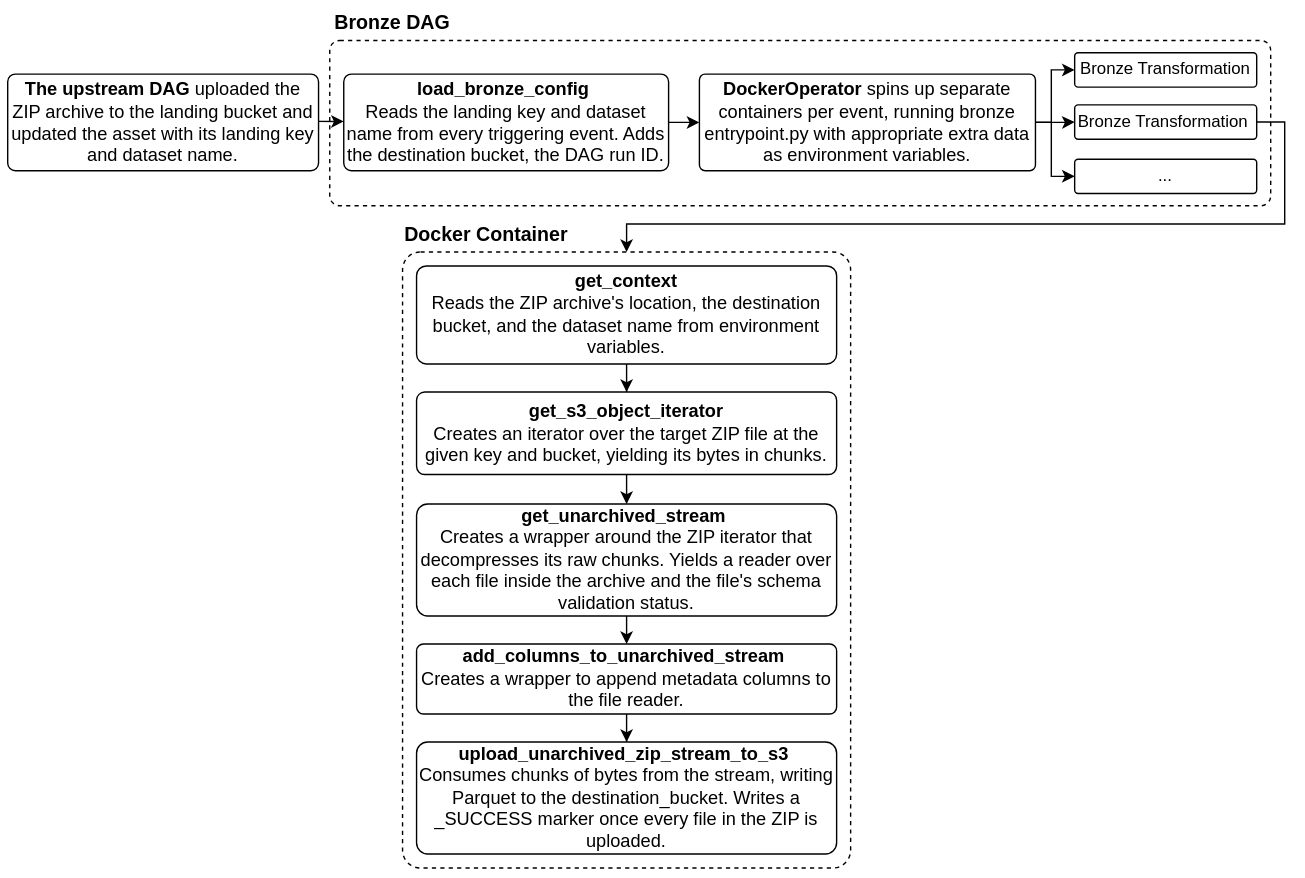
This is docs/images/bronze-architecture.svg from IliaTimchuk/ZIP-Data-Pipeline, a draw.io export, as it was before one commit. Source tidied: cells renumbered, new cells last; positions are measured from the earlier drawing's top-left corner, leaving out a move shared by most shapes.
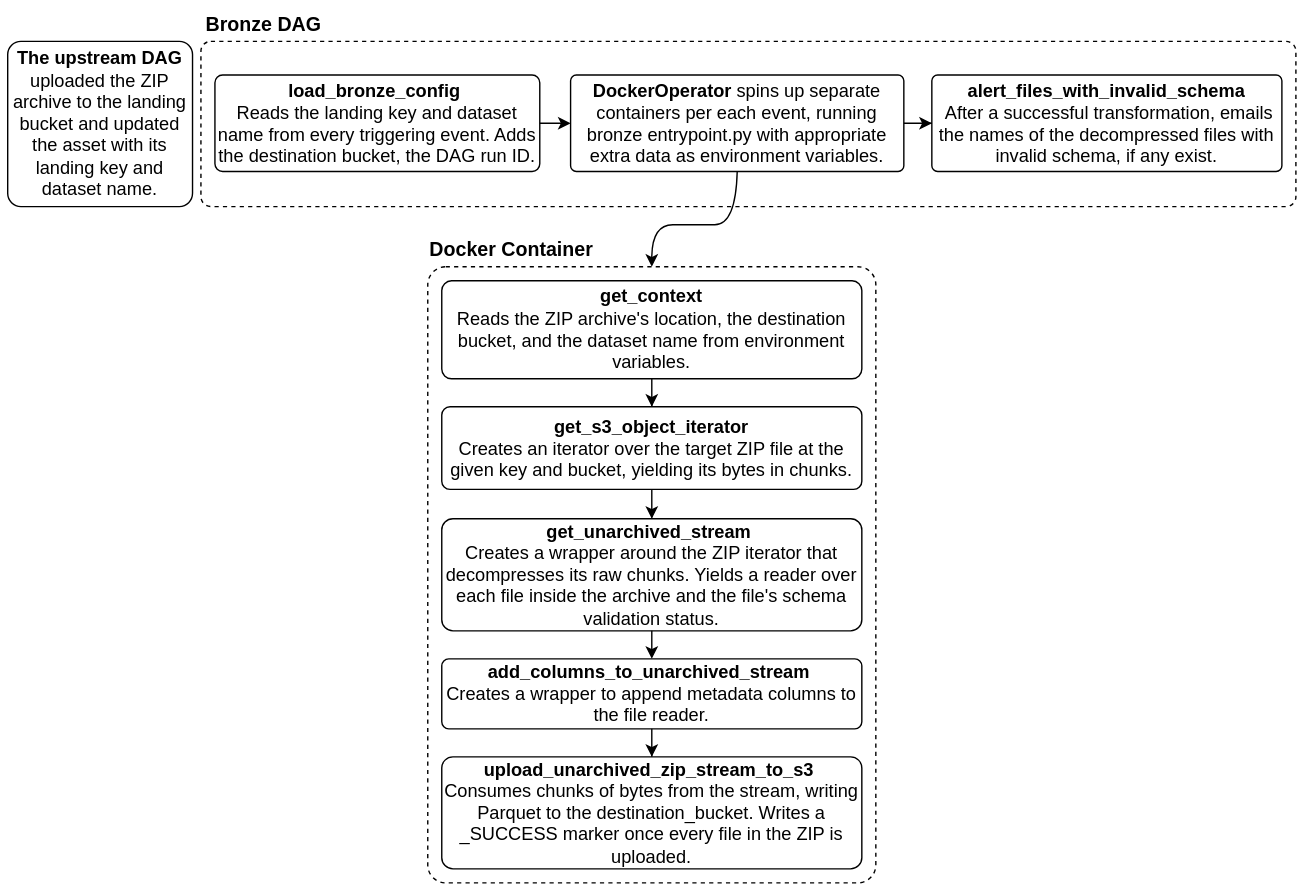
After the commit.

Commit message:
Email an alert for files with invalid schema after each bronze transformation

- After the transformation of a ZIP succeeds, the bronze DAG emails
  the names of its files with invalid schema, if any exist.
- Tests cover the alert and the new task IDs. The bronze diagram
  shows the new task.

What changed in the source:
```diff
@@ -6,48 +6,14 @@
       <mxGeometry x="282" y="176" width="320" height="440" as="geometry" />
     </mxCell>
     <mxCell id="3" style="rounded=1;whiteSpace=wrap;html=1;fillColor=none;align=center;arcSize=6;dashed=1;" parent="1" vertex="1">
-      <mxGeometry x="230" y="25" width="672" height="118" as="geometry" />
+      <mxGeometry x="120" y="15" width="782" height="118" as="geometry" />
     </mxCell>
-    <mxCell id="4" style="edgeStyle=orthogonalEdgeStyle;rounded=0;jettySize=auto;html=1;exitX=1;exitY=0.5;exitDx=0;exitDy=0;entryX=0;entryY=0.5;entryDx=0;entryDy=0;" parent="1" edge="1" source="7" target="8">
-      <mxGeometry relative="1" as="geometry">
-        <Array as="points">
-          <mxPoint x="745.4" y="83.5" />
-          <mxPoint x="745.4" y="122" />
-        </Array>
-      </mxGeometry>
-    </mxCell>
-    <mxCell id="5" style="edgeStyle=orthogonalEdgeStyle;rounded=0;jettySize=auto;html=1;entryX=0;entryY=0.5;entryDx=0;entryDy=0;" parent="1" edge="1" source="7" target="10">
-      <mxGeometry relative="1" as="geometry" />
-    </mxCell>
-    <mxCell id="6" style="edgeStyle=orthogonalEdgeStyle;rounded=0;jettySize=auto;html=1;exitX=1;exitY=0.5;exitDx=0;exitDy=0;entryX=0;entryY=0.5;entryDx=0;entryDy=0;" parent="1" edge="1" source="7" target="11">
-      <mxGeometry relative="1" as="geometry">
-        <Array as="points">
-          <mxPoint x="745.4" y="83.5" />
-          <mxPoint x="745.4" y="46" />
-        </Array>
-      </mxGeometry>
-    </mxCell>
+    <mxCell id="27" style="edgeStyle=orthogonalEdgeStyle;rounded=0;jettySize=auto;html=1;entryX=0;entryY=0.5;entryDx=0;entryDy=0;" parent="1" edge="1" source="7" target="28">
+      <mxGeometry relative="1" as="geometry" />
+    </mxCell>
-    <mxCell id="7" value="&lt;font style=&quot;font-size: 13px;&quot;&gt;&lt;b&gt;DockerOperator&lt;/b&gt;&amp;nbsp;spins up separate containers per event, running bronze entrypoint.py with appropriate extra data as environment variables.&lt;/font&gt;" style="rounded=1;whiteSpace=wrap;html=1;fillColor=none;align=center;arcSize=6;" parent="1" vertex="1">
-      <mxGeometry x="494" y="49" width="240" height="69" as="geometry" />
+    <mxCell id="7" value="&lt;font style=&quot;font-size: 13px;&quot;&gt;&lt;b&gt;DockerOperator&lt;/b&gt;&amp;nbsp;spins up separate containers per each event, running bronze entrypoint.py with appropriate extra data as environment variables.&lt;/font&gt;" style="rounded=1;whiteSpace=wrap;html=1;fillColor=none;align=center;arcSize=6;" parent="1" vertex="1">
+      <mxGeometry x="384" y="39" width="238" height="69" as="geometry" />
     </mxCell>
-    <mxCell id="8" value="..." style="rounded=1;whiteSpace=wrap;html=1;fillColor=none;align=center;arcSize=10;" parent="1" vertex="1">
-      <mxGeometry x="762" y="109.8" width="130" height="24.5" as="geometry" />
-    </mxCell>
-    <mxCell id="9" style="edgeStyle=orthogonalEdgeStyle;rounded=0;jettySize=auto;html=1;entryX=0.5;entryY=0;entryDx=0;entryDy=0;" parent="1" edge="1" source="10" target="2">
-      <mxGeometry relative="1" as="geometry">
-        <Array as="points">
-          <mxPoint x="912" y="83.2" />
-          <mxPoint x="912" y="156" />
-          <mxPoint x="442" y="156" />
-        </Array>
-      </mxGeometry>
-    </mxCell>
-    <mxCell id="10" value="&lt;font&gt;Bronze Transformation&amp;nbsp;&lt;/font&gt;" style="rounded=1;whiteSpace=wrap;html=1;fillColor=none;align=center;arcSize=10;" parent="1" vertex="1">
-      <mxGeometry x="762" y="71" width="130" height="24.5" as="geometry" />
-    </mxCell>
-    <mxCell id="11" value="&lt;font&gt;Bronze Transformation&lt;/font&gt;" style="rounded=1;whiteSpace=wrap;html=1;fillColor=none;align=center;arcSize=10;" parent="1" vertex="1">
-      <mxGeometry x="762" y="33.8" width="130" height="24.5" as="geometry" />
-    </mxCell>
     <mxCell id="12" style="edgeStyle=orthogonalEdgeStyle;rounded=0;jettySize=auto;html=1;entryX=0.5;entryY=0;entryDx=0;entryDy=0;" parent="1" edge="1" source="13" target="14">
       <mxGeometry relative="1" as="geometry" />
     </mxCell>
@@ -78,26 +44,32 @@
         <mxPoint x="442" y="456" as="targetPoint" />
       </mxGeometry>
     </mxCell>
-    <mxCell id="21" style="edgeStyle=orthogonalEdgeStyle;rounded=0;orthogonalLoop=1;jettySize=auto;html=1;entryX=0;entryY=0.5;entryDx=0;entryDy=0;" parent="1" edge="1">
-      <mxGeometry relative="1" as="geometry">
-        <mxPoint x="222" y="82.8" as="sourcePoint" />
-        <mxPoint x="240" y="83.3" as="targetPoint" />
-      </mxGeometry>
-    </mxCell>
     <mxCell id="22" value="&lt;div style=&quot;&quot;&gt;&lt;span style=&quot;font-size: 13px;&quot;&gt;&lt;b&gt;The upstream DAG&lt;/b&gt; uploaded the ZIP archive to the landing bucket and updated the asset with its landing key and dataset name.&lt;/span&gt;&lt;/div&gt;" style="rounded=1;whiteSpace=wrap;html=1;fillColor=none;align=center;arcSize=8;" parent="1" vertex="1">
-      <mxGeometry y="49" width="222" height="69" as="geometry" />
+      <mxGeometry x="-18" y="15" width="132" height="118" as="geometry" />
     </mxCell>
     <mxCell id="23" style="edgeStyle=orthogonalEdgeStyle;rounded=0;jettySize=auto;html=1;entryX=0;entryY=0.5;entryDx=0;entryDy=0;" parent="1" edge="1" source="24" target="7">
       <mxGeometry relative="1" as="geometry" />
     </mxCell>
     <mxCell id="24" value="&lt;div style=&quot;&quot;&gt;&lt;div&gt;&lt;font style=&quot;font-size: 13px;&quot;&gt;&lt;b style=&quot;background-color: transparent; color: light-dark(rgb(0, 0, 0), rgb(255, 255, 255));&quot;&gt;load_bronze_config&lt;/b&gt;&lt;span style=&quot;background-color: transparent; color: light-dark(rgb(0, 0, 0), rgb(255, 255, 255));&quot;&gt;&amp;nbsp;&lt;/span&gt;&lt;/font&gt;&lt;/div&gt;&lt;div&gt;&lt;font style=&quot;font-size: 13px;&quot;&gt;Reads the landing key and dataset name from every triggering event. Adds the destination bucket, the DAG run ID.&lt;/font&gt;&lt;/div&gt;&lt;/div&gt;" style="rounded=1;whiteSpace=wrap;html=1;fillColor=none;align=center;arcSize=8;" parent="1" vertex="1">
-      <mxGeometry x="240" y="49" width="232" height="69" as="geometry" />
+      <mxGeometry x="130" y="39" width="232" height="69" as="geometry" />
     </mxCell>
     <mxCell id="25" value="&lt;font style=&quot;font-size: 14px;&quot;&gt;&lt;b&gt;Docker Сontainer&lt;/b&gt;&lt;/font&gt;" style="text;html=1;whiteSpace=wrap;strokeColor=none;fillColor=none;align=center;verticalAlign=middle;rounded=0;" parent="1" vertex="1">
       <mxGeometry x="282" y="151.5" width="120" height="24.5" as="geometry" />
     </mxCell>
     <mxCell id="26" value="&lt;font style=&quot;font-size: 14px;&quot;&gt;&lt;b&gt;Bronze DAG&lt;/b&gt;&lt;/font&gt;" style="text;html=1;whiteSpace=wrap;strokeColor=none;fillColor=none;align=center;verticalAlign=middle;rounded=0;" parent="1" vertex="1">
-      <mxGeometry x="230" y="0.5" width="90" height="24.5" as="geometry" />
+      <mxGeometry x="120" y="-9.5" width="90" height="24.5" as="geometry" />
     </mxCell>
+    <mxCell id="28" value="&lt;span style=&quot;font-size: 13px;&quot;&gt;&lt;b&gt;alert_files_with_invalid_schema&lt;/b&gt;&lt;/span&gt;&lt;div&gt;&lt;span style=&quot;font-size: 13px;&quot;&gt;&amp;nbsp;&lt;/span&gt;&lt;span style=&quot;background-color: transparent;&quot;&gt;&lt;span style=&quot;font-size: 13px;&quot;&gt;After a successful transformation, emails the names of the decompressed files with invalid schema, if any exist.&lt;/span&gt;&lt;/span&gt;&lt;/div&gt;" style="rounded=1;whiteSpace=wrap;html=1;fillColor=none;align=center;arcSize=6;" parent="1" vertex="1">
+      <mxGeometry x="642" y="39" width="250" height="69" as="geometry" />
+    </mxCell>
+    <mxCell id="29" style="curved=1;endArrow=none;html=1;rounded=0;exitX=0.5;exitY=0;exitDx=0;exitDy=0;entryX=0.5;entryY=1;entryDx=0;entryDy=0;endFill=0;startArrow=classic;startFill=1;" parent="1" edge="1" source="2" target="7">
+      <mxGeometry relative="1" as="geometry">
+        <Array as="points">
+          <mxPoint x="442" y="146" />
+          <mxPoint x="472" y="146" />
+          <mxPoint x="502" y="146" />
+        </Array>
+      </mxGeometry>
+    </mxCell>
   </root>
 </mxGraphModel>
```
